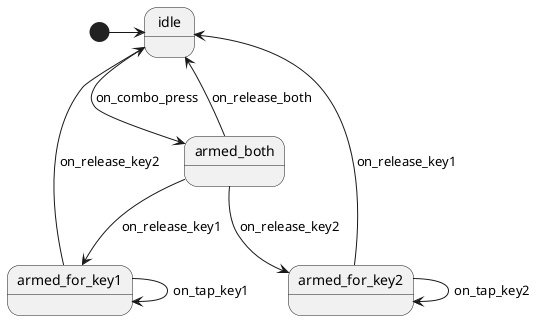
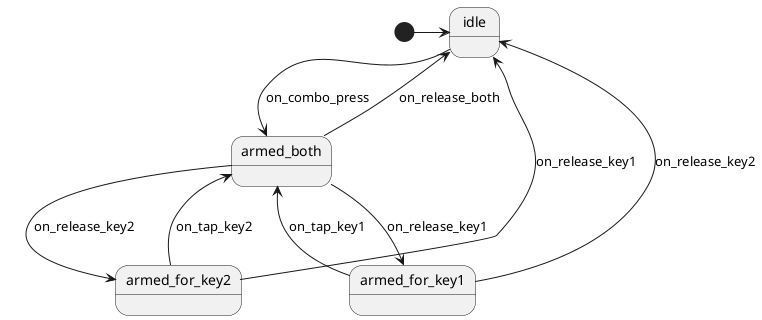
@startuml StickyCombo
state idle
state armed_both
state armed_for_key1
state armed_for_key2

[*] -> idle

idle --> armed_both : on_combo_press
armed_both --> armed_for_key1 : on_release_key1
armed_both --> armed_for_key2 : on_release_key2
armed_both --> idle : on_release_both

- armed_for_key1 --> armed_for_key1 : on_tap_key1
+ armed_for_key1 --> armed_both : on_tap_key1
armed_for_key1 --> idle : on_release_key2

- armed_for_key2 --> armed_for_key2 : on_tap_key2
+ armed_for_key2 --> armed_both : on_tap_key2
armed_for_key2 --> idle : on_release_key1

/'! $CONFIG : toml
SmRunnerSettings.transpilerId = "C99"
'/
@enduml
